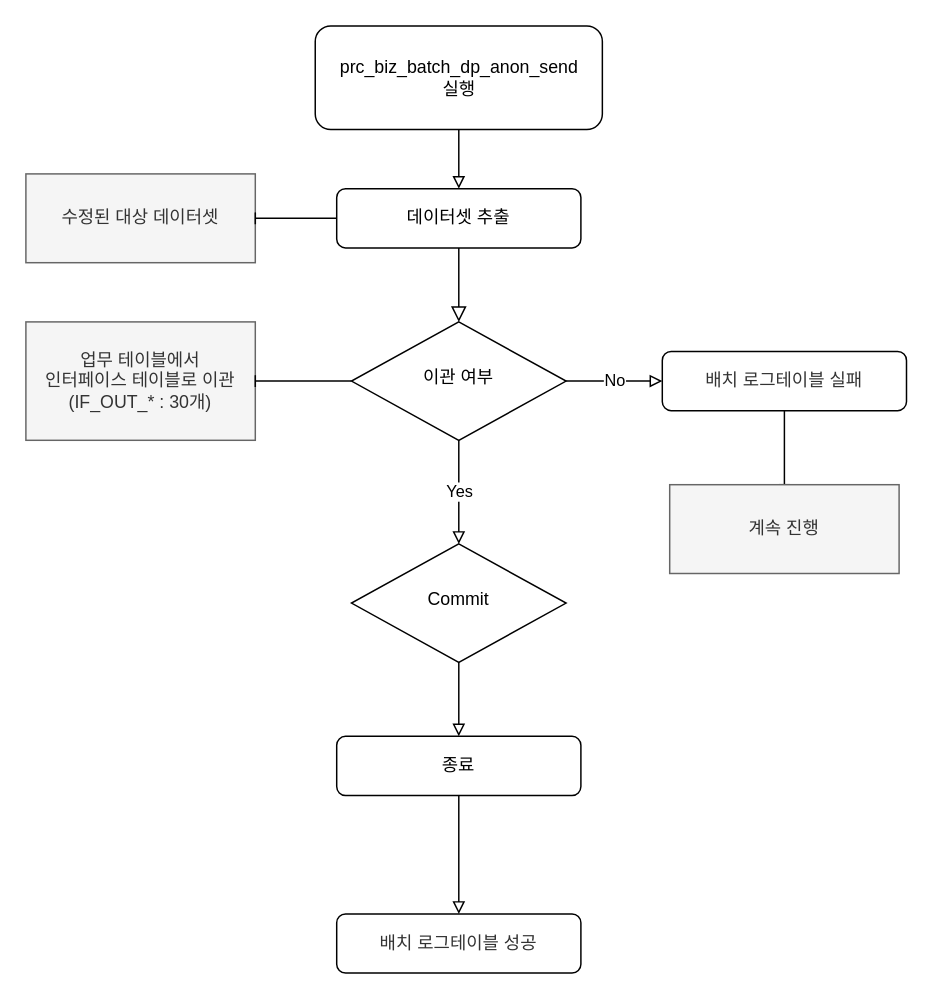
Earlier version of the draw.io diagram page "GET" (1 of 3) of 제목 없는 다이어그램.drawio (discphy/discphy.github.io). Source tidied: cells renumbered, new cells numbered last; positions are measured from the earlier drawing's top-left corner, leaving out a move shared by most shapes. Both pictures are drawn from the tidied source at 148%, with x=0, y=0 at pixel (25, 25).
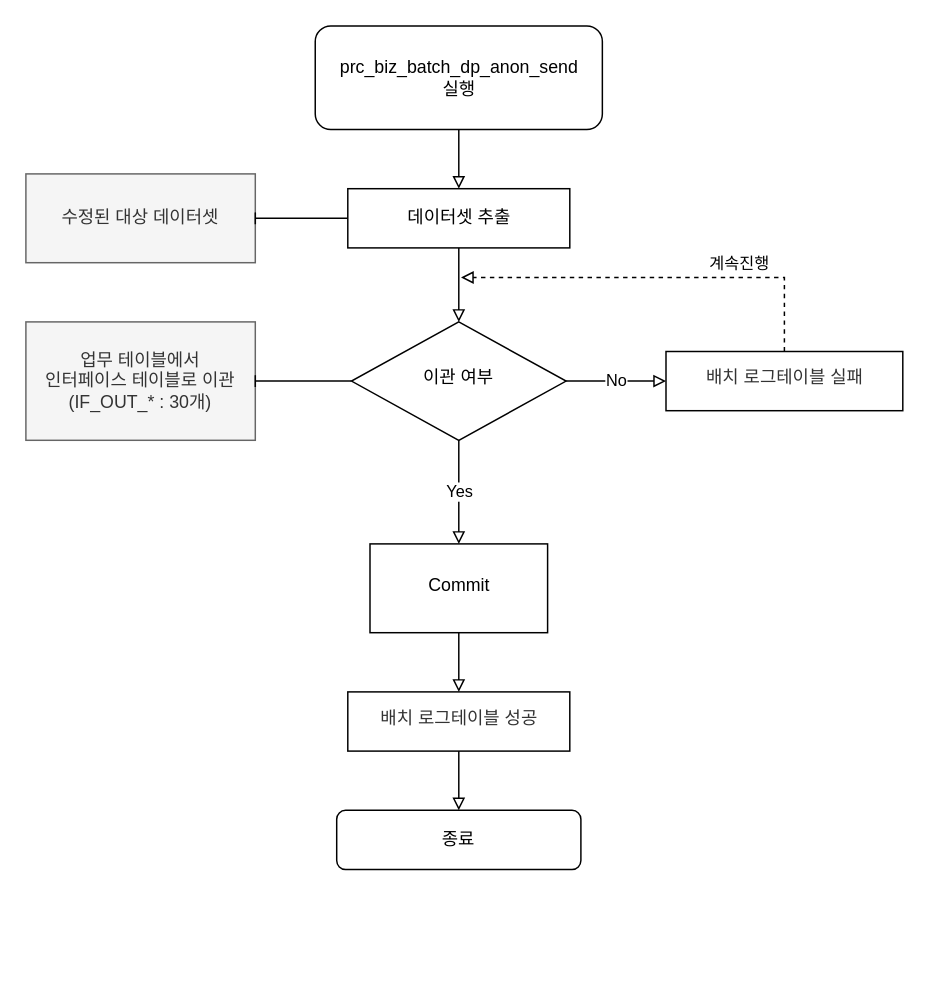
The same page after the edit.

Unchanged cells that the change refers to:
```xml
<mxCell id="3" value="이관 여부" style="rhombus;whiteSpace=wrap;html=1;shadow=0;fontFamily=Helvetica;fontSize=12;align=center;strokeWidth=1;spacing=6;spacingTop=-4;" parent="1" vertex="1">
  <mxGeometry x="220" y="200" width="145" height="80" as="geometry" />
</mxCell>
<mxCell id="18" value="&lt;span style=&quot;text-align: left;&quot;&gt;prc_biz_batch_dp_anon_send&lt;br&gt;실행&lt;br&gt;&lt;/span&gt;" style="rounded=1;whiteSpace=wrap;html=1;fontSize=12;glass=0;strokeWidth=1;shadow=0;" parent="1" vertex="1">
  <mxGeometry x="195.5" width="194" height="70" as="geometry" />
</mxCell>
```

What changed in the source:
```diff
@@
-    <mxCell id="2" value="데이터셋 추출" style="rounded=1;whiteSpace=wrap;html=1;fontSize=12;glass=0;strokeWidth=1;shadow=0;" parent="1" vertex="1">
-      <mxGeometry x="210" y="110" width="165" height="40" as="geometry" />
-    </mxCell>
@@
-    <mxCell id="4" style="rounded=0;html=1;jettySize=auto;fontSize=11;endArrow=block;endFill=0;endSize=8;strokeWidth=1;shadow=0;labelBackgroundColor=none;edgeStyle=orthogonalEdgeStyle;" parent="1" edge="1" source="2" target="3">
-      <mxGeometry relative="1" as="geometry" />
-    </mxCell>
-    <mxCell id="5" style="edgeStyle=orthogonalEdgeStyle;rounded=0;jettySize=auto;html=1;entryX=0.5;entryY=0;entryDx=0;entryDy=0;strokeColor=default;fontFamily=Helvetica;fontSize=12;fontColor=default;endArrow=baseDash;endFill=0;" parent="1" edge="1" source="6" target="19">
-      <mxGeometry relative="1" as="geometry" />
-    </mxCell>
-    <mxCell id="6" value="&lt;span style=&quot;color: rgb(51, 51, 51);&quot;&gt;배치 로그테이블 실패&lt;/span&gt;" style="rounded=1;whiteSpace=wrap;html=1;fontSize=12;glass=0;strokeWidth=1;shadow=0;" parent="1" vertex="1">
-      <mxGeometry x="430" y="220" width="165" height="40" as="geometry" />
-    </mxCell>
@@
-    <mxCell id="8" style="edgeStyle=orthogonalEdgeStyle;rounded=0;jettySize=auto;html=1;entryX=0.5;entryY=0;entryDx=0;entryDy=0;strokeColor=default;fontFamily=Helvetica;fontSize=12;fontColor=default;endArrow=block;endFill=0;" parent="1" edge="1" source="9" target="12">
-      <mxGeometry relative="1" as="geometry" />
-    </mxCell>
-    <mxCell id="9" value="Commit" style="rhombus;whiteSpace=wrap;html=1;shadow=0;fontFamily=Helvetica;fontSize=12;align=center;strokeWidth=1;spacing=6;spacingTop=-4;" parent="1" vertex="1">
-      <mxGeometry x="220" y="350" width="145" height="80" as="geometry" />
-    </mxCell>
-    <mxCell id="10" value="Yes" style="edgeStyle=orthogonalEdgeStyle;rounded=0;jettySize=auto;html=1;exitX=0.5;exitY=1;exitDx=0;exitDy=0;endArrow=block;endFill=0;" parent="1" edge="1" source="3" target="9">
+    <mxCell id="10" value="Yes" style="edgeStyle=orthogonalEdgeStyle;rounded=0;jettySize=auto;html=1;exitX=0.5;exitY=1;exitDx=0;exitDy=0;endArrow=block;endFill=0;entryX=0.5;entryY=0;entryDx=0;entryDy=0;" parent="1" edge="1" source="3" target="9">
       <mxGeometry relative="1" as="geometry" />
     </mxCell>
-    <mxCell id="11" style="edgeStyle=orthogonalEdgeStyle;rounded=0;jettySize=auto;html=1;strokeColor=default;fontFamily=Helvetica;fontSize=12;fontColor=default;endArrow=block;endFill=0;" parent="1" edge="1" source="12" target="20">
-      <mxGeometry relative="1" as="geometry" />
-    </mxCell>
     <mxCell id="12" value="종료" style="rounded=1;whiteSpace=wrap;html=1;fontSize=12;glass=0;strokeWidth=1;shadow=0;" parent="1" vertex="1">
-      <mxGeometry x="210" y="480" width="165" height="40" as="geometry" />
+      <mxGeometry x="210" y="530" width="165" height="40" as="geometry" />
     </mxCell>
@@
-    <mxCell id="17" style="edgeStyle=orthogonalEdgeStyle;rounded=0;jettySize=auto;html=1;endArrow=block;endFill=0;" parent="1" edge="1" source="18" target="2">
+    <mxCell id="17" style="edgeStyle=orthogonalEdgeStyle;rounded=0;jettySize=auto;html=1;entryX=0.5;entryY=0;entryDx=0;entryDy=0;fontColor=default;endArrow=block;endFill=0;" parent="1" edge="1" source="18" target="2">
       <mxGeometry relative="1" as="geometry" />
     </mxCell>
@@
-    <mxCell id="19" value="계속 진행" style="rounded=0;whiteSpace=wrap;html=1;fillColor=#f5f5f5;fontColor=#333333;strokeColor=#666666;" parent="1" vertex="1">
-      <mxGeometry x="435" y="310" width="155" height="60" as="geometry" />
-    </mxCell>
+    <mxCell id="4" style="edgeStyle=orthogonalEdgeStyle;rounded=0;jettySize=auto;html=1;entryX=0.5;entryY=0;entryDx=0;entryDy=0;fontColor=default;endArrow=block;endFill=0;" parent="1" edge="1" source="2" target="3">
+      <mxGeometry relative="1" as="geometry" />
+    </mxCell>
+    <mxCell id="2" value="데이터셋 추출" style="rounded=0;whiteSpace=wrap;html=1;fontColor=default;" parent="1" vertex="1">
+      <mxGeometry x="217.5" y="110" width="150" height="40" as="geometry" />
+    </mxCell>
+    <mxCell id="21" style="edgeStyle=orthogonalEdgeStyle;rounded=0;jettySize=auto;html=1;entryX=0.5;entryY=0;entryDx=0;entryDy=0;fontColor=default;endArrow=block;endFill=0;" parent="1" edge="1" source="9" target="20">
+      <mxGeometry relative="1" as="geometry" />
+    </mxCell>
+    <mxCell id="9" value="Commit" style="whiteSpace=wrap;html=1;shadow=0;strokeWidth=1;spacing=6;spacingTop=-4;" parent="1" vertex="1">
+      <mxGeometry x="232.5" y="350" width="120" height="60" as="geometry" />
+    </mxCell>
+    <mxCell id="22" style="edgeStyle=orthogonalEdgeStyle;rounded=0;jettySize=auto;html=1;entryX=0.5;entryY=0;entryDx=0;entryDy=0;fontColor=default;endArrow=block;endFill=0;" parent="1" edge="1" source="20" target="12">
+      <mxGeometry relative="1" as="geometry" />
+    </mxCell>
-    <mxCell id="20" value="&lt;span style=&quot;color: rgb(51, 51, 51);&quot;&gt;배치 로그테이블 성공&lt;/span&gt;" style="rounded=1;whiteSpace=wrap;html=1;fontSize=12;glass=0;strokeWidth=1;shadow=0;" parent="1" vertex="1">
-      <mxGeometry x="210" y="600" width="165" height="40" as="geometry" />
+    <mxCell id="20" value="&lt;span style=&quot;color: rgb(51, 51, 51);&quot;&gt;배치 로그테이블 성공&lt;/span&gt;" style="whiteSpace=wrap;html=1;shadow=0;strokeWidth=1;spacing=6;spacingTop=-4;" parent="1" vertex="1">
+      <mxGeometry x="217.5" y="450" width="150" height="40" as="geometry" />
     </mxCell>
+    <mxCell id="23" style="edgeStyle=orthogonalEdgeStyle;rounded=0;jettySize=auto;html=1;fontColor=default;endArrow=block;endFill=0;dashed=1;" parent="1" edge="1" source="6">
+      <mxGeometry relative="1" as="geometry">
+        <mxPoint x="294" y="170" as="targetPoint" />
+        <Array as="points">
+          <mxPoint x="512" y="170" />
+        </Array>
+      </mxGeometry>
+    </mxCell>
+    <mxCell id="24" value="계속진행" style="edgeLabel;html=1;align=center;verticalAlign=middle;fontColor=default;" parent="23" vertex="1">
+      <mxGeometry x="-0.4" y="1" relative="1" as="geometry">
+        <mxPoint y="-11" as="offset" />
+      </mxGeometry>
+    </mxCell>
+    <mxCell id="6" value="&lt;span style=&quot;color: rgb(51, 51, 51);&quot;&gt;배치 로그테이블 실패&lt;/span&gt;" style="whiteSpace=wrap;html=1;shadow=0;strokeWidth=1;spacing=6;spacingTop=-4;" parent="1" vertex="1">
+      <mxGeometry x="432.5" y="220" width="160" height="40" as="geometry" />
+    </mxCell>
```
